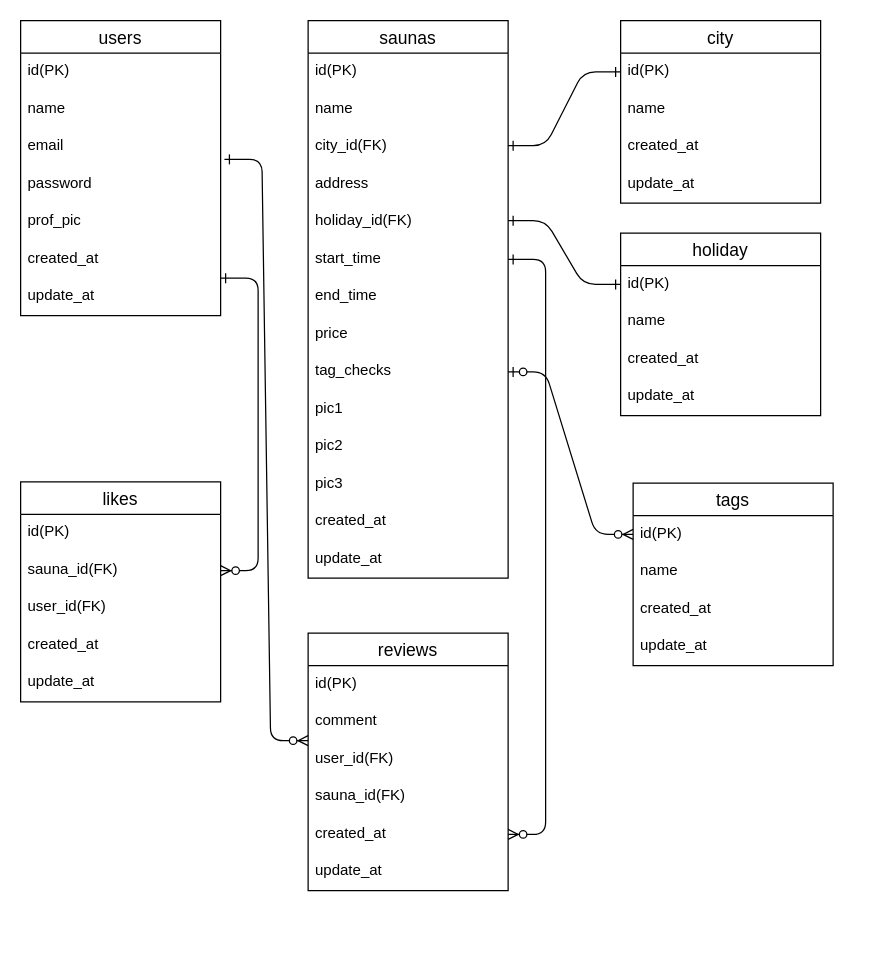
Before: database.dio in maho1031/niigata_saunavi, a draw.io diagram. Source tidied: cells renumbered, new cells numbered last; positions are measured from the earlier drawing's top-left corner, leaving out a move shared by most shapes. Both pictures are drawn from the tidied source at 125%, with x=0, y=0 at pixel (20, 20).
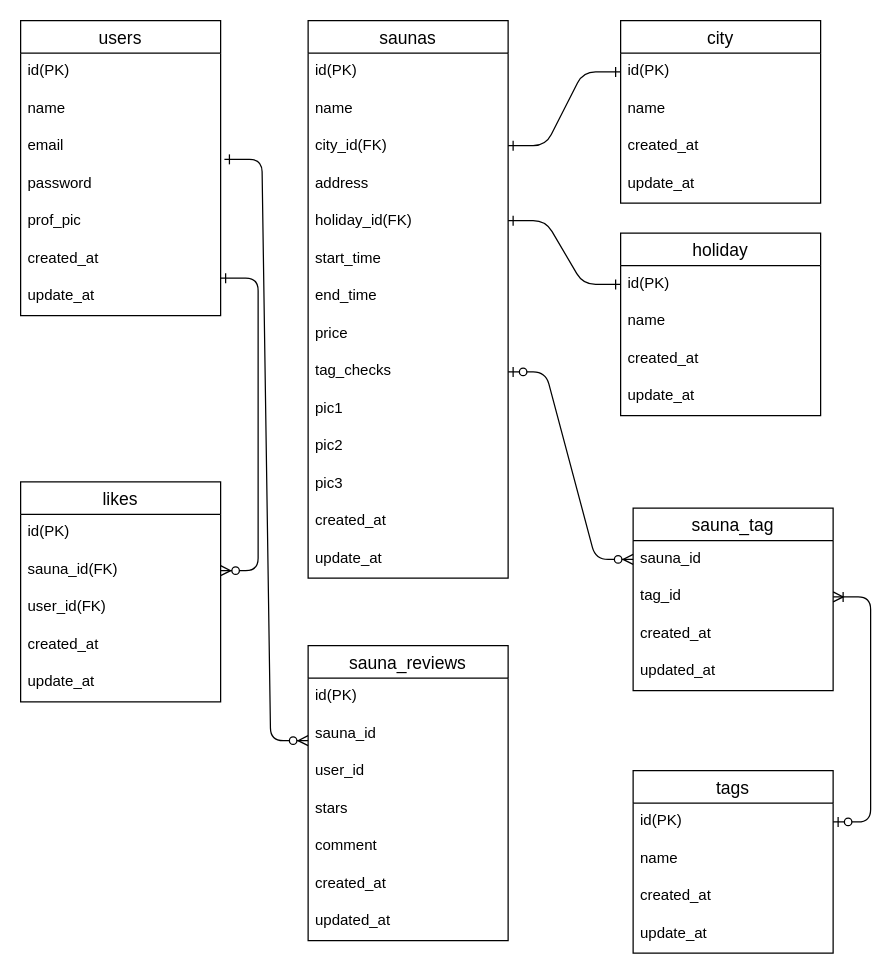
The same page after the edit.

Unchanged cells that the change refers to:
```xml
<mxCell id="22" value="id(PK)" style="text;strokeColor=none;fillColor=none;spacingLeft=4;spacingRight=4;overflow=hidden;points=[[0,0.5],[1,0.5]];portConstraint=eastwest;fontSize=12;" parent="21" vertex="1">
  <mxGeometry y="26" width="160" height="30" as="geometry" />
</mxCell>
<mxCell id="46" value="start_time" style="text;strokeColor=none;fillColor=none;spacingLeft=4;spacingRight=4;overflow=hidden;points=[[0,0.5],[1,0.5]];portConstraint=eastwest;fontSize=12;" parent="40" vertex="1">
  <mxGeometry y="176" width="160" height="30" as="geometry" />
</mxCell>
<mxCell id="49" value="tag_checks" style="text;strokeColor=none;fillColor=none;spacingLeft=4;spacingRight=4;overflow=hidden;points=[[0,0.5],[1,0.5]];portConstraint=eastwest;fontSize=12;shadow=0;" parent="40" vertex="1">
  <mxGeometry y="266" width="160" height="30" as="geometry" />
</mxCell>
```

Change to the diagram source:
```diff
@@
     <mxCell id="21" value="tags" style="swimlane;fontStyle=0;horizontal=1;startSize=26;align=center;fontSize=14;" parent="1" vertex="1">
-      <mxGeometry x="490" y="370" width="160" height="146" as="geometry" />
+      <mxGeometry x="490" y="600" width="160" height="146" as="geometry" />
     </mxCell>
@@
-    <mxCell id="26" value="reviews" style="swimlane;fontStyle=0;horizontal=1;startSize=26;align=center;fontSize=14;" parent="1" vertex="1">
-      <mxGeometry x="230" y="490" width="160" height="206" as="geometry" />
-    </mxCell>
-    <mxCell id="27" value="id(PK)" style="text;strokeColor=none;fillColor=none;spacingLeft=4;spacingRight=4;overflow=hidden;fontSize=12;" parent="26" vertex="1">
-      <mxGeometry y="26" width="160" height="30" as="geometry" />
-    </mxCell>
-    <mxCell id="28" value="comment" style="text;strokeColor=none;fillColor=none;spacingLeft=4;spacingRight=4;overflow=hidden;fontSize=12;" parent="26" vertex="1">
-      <mxGeometry y="56" width="160" height="30" as="geometry" />
-    </mxCell>
-    <mxCell id="29" value="user_id(FK)" style="text;strokeColor=none;fillColor=none;spacingLeft=4;spacingRight=4;overflow=hidden;fontSize=12;" parent="26" vertex="1">
-      <mxGeometry y="86" width="160" height="30" as="geometry" />
-    </mxCell>
-    <mxCell id="30" value="sauna_id(FK)" style="text;strokeColor=none;fillColor=none;spacingLeft=4;spacingRight=4;overflow=hidden;fontSize=12;" parent="26" vertex="1">
-      <mxGeometry y="116" width="160" height="30" as="geometry" />
-    </mxCell>
-    <mxCell id="31" value="created_at" style="text;strokeColor=none;fillColor=none;spacingLeft=4;spacingRight=4;overflow=hidden;points=[[0,0.5],[1,0.5]];portConstraint=eastwest;fontSize=12;" parent="26" vertex="1">
-      <mxGeometry y="146" width="160" height="30" as="geometry" />
-    </mxCell>
-    <mxCell id="32" value="update_at" style="text;strokeColor=none;fillColor=none;spacingLeft=4;spacingRight=4;overflow=hidden;fontSize=12;" parent="26" vertex="1">
-      <mxGeometry y="176" width="160" height="30" as="geometry" />
-    </mxCell>
@@
-    <mxCell id="55" style="edgeStyle=entityRelationEdgeStyle;fontSize=12;html=1;endArrow=ERzeroToMany;startArrow=ERzeroToOne;entryX=0;entryY=0.5;entryDx=0;entryDy=0;exitX=1;exitY=0.5;exitDx=0;exitDy=0;" parent="1" edge="1" source="49">
-      <mxGeometry relative="1" as="geometry">
-        <mxPoint x="490" y="411" as="targetPoint" />
-      </mxGeometry>
+    <mxCell id="55" style="edgeStyle=entityRelationEdgeStyle;fontSize=12;html=1;endArrow=ERzeroToMany;startArrow=ERzeroToOne;entryX=0;entryY=0.5;entryDx=0;entryDy=0;exitX=1;exitY=0.5;exitDx=0;exitDy=0;" parent="1" edge="1" source="49" target="60">
+      <mxGeometry relative="1" as="geometry" />
     </mxCell>
@@
-    <mxCell id="58" style="edgeStyle=entityRelationEdgeStyle;fontSize=12;html=1;endArrow=ERzeroToMany;startArrow=ERone;endFill=1;startFill=0;exitX=1;exitY=0.5;exitDx=0;exitDy=0;" parent="1" edge="1" source="46" target="31">
-      <mxGeometry relative="1" as="geometry" />
-    </mxCell>
+    <mxCell id="59" value="sauna_tag" style="swimlane;fontStyle=0;horizontal=1;startSize=26;align=center;fontSize=14;" parent="1" vertex="1">
+      <mxGeometry x="490" y="390" width="160" height="146" as="geometry" />
+    </mxCell>
+    <mxCell id="60" value="sauna_id" style="text;strokeColor=none;fillColor=none;spacingLeft=4;spacingRight=4;overflow=hidden;points=[[0,0.5],[1,0.5]];portConstraint=eastwest;fontSize=12;" parent="59" vertex="1">
+      <mxGeometry y="26" width="160" height="30" as="geometry" />
+    </mxCell>
+    <mxCell id="61" value="tag_id" style="text;strokeColor=none;fillColor=none;spacingLeft=4;spacingRight=4;overflow=hidden;points=[[0,0.5],[1,0.5]];portConstraint=eastwest;fontSize=12;" parent="59" vertex="1">
+      <mxGeometry y="56" width="160" height="30" as="geometry" />
+    </mxCell>
+    <mxCell id="62" value="created_at" style="text;strokeColor=none;fillColor=none;spacingLeft=4;spacingRight=4;overflow=hidden;fontSize=12;" parent="59" vertex="1">
+      <mxGeometry y="86" width="160" height="30" as="geometry" />
+    </mxCell>
+    <mxCell id="63" value="updated_at" style="text;strokeColor=none;fillColor=none;spacingLeft=4;spacingRight=4;overflow=hidden;fontSize=12;" parent="59" vertex="1">
+      <mxGeometry y="116" width="160" height="30" as="geometry" />
+    </mxCell>
+    <mxCell id="64" value="sauna_reviews" style="swimlane;fontStyle=0;horizontal=1;startSize=26;align=center;fontSize=14;" parent="1" vertex="1">
+      <mxGeometry x="230" y="500" width="160" height="236" as="geometry" />
+    </mxCell>
+    <mxCell id="27" value="id(PK)" style="text;strokeColor=none;fillColor=none;spacingLeft=4;spacingRight=4;overflow=hidden;fontSize=12;" parent="64" vertex="1">
+      <mxGeometry y="26" width="160" height="30" as="geometry" />
+    </mxCell>
+    <mxCell id="65" value="sauna_id" style="text;strokeColor=none;fillColor=none;spacingLeft=4;spacingRight=4;overflow=hidden;fontSize=12;" parent="64" vertex="1">
+      <mxGeometry y="56" width="160" height="30" as="geometry" />
+    </mxCell>
+    <mxCell id="66" value="user_id" style="text;strokeColor=none;fillColor=none;spacingLeft=4;spacingRight=4;overflow=hidden;fontSize=12;" parent="64" vertex="1">
+      <mxGeometry y="86" width="160" height="30" as="geometry" />
+    </mxCell>
+    <mxCell id="67" value="stars" style="text;strokeColor=none;fillColor=none;spacingLeft=4;spacingRight=4;overflow=hidden;fontSize=12;" parent="64" vertex="1">
+      <mxGeometry y="116" width="160" height="30" as="geometry" />
+    </mxCell>
+    <mxCell id="28" value="comment" style="text;strokeColor=none;fillColor=none;spacingLeft=4;spacingRight=4;overflow=hidden;fontSize=12;" parent="64" vertex="1">
+      <mxGeometry y="146" width="160" height="30" as="geometry" />
+    </mxCell>
+    <mxCell id="68" value="created_at" style="text;strokeColor=none;fillColor=none;spacingLeft=4;spacingRight=4;overflow=hidden;fontSize=12;" parent="64" vertex="1">
+      <mxGeometry y="176" width="160" height="30" as="geometry" />
+    </mxCell>
+    <mxCell id="69" value="updated_at" style="text;strokeColor=none;fillColor=none;spacingLeft=4;spacingRight=4;overflow=hidden;fontSize=12;" parent="64" vertex="1">
+      <mxGeometry y="206" width="160" height="30" as="geometry" />
+    </mxCell>
+    <mxCell id="70" style="edgeStyle=entityRelationEdgeStyle;fontSize=12;html=1;endArrow=ERoneToMany;startArrow=ERzeroToOne;exitX=1;exitY=0.5;exitDx=0;exitDy=0;entryX=1;entryY=0.5;entryDx=0;entryDy=0;" parent="1" edge="1" source="22" target="61">
+      <mxGeometry relative="1" as="geometry" />
+    </mxCell>
```
